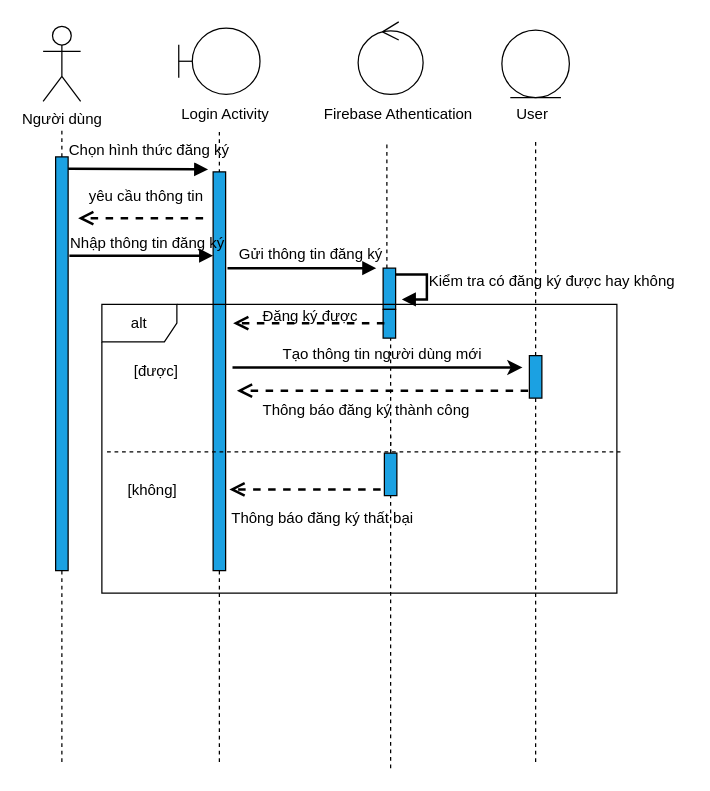
Earlier version of the draw.io diagram luận văn tốt nghiệp/cuonbaocao/cac so do/Thanhphanxuly/So do/So do tuan tu/tuantudangky.drawio (ThanhQvanVnnn/BookAppFireBase). Source tidied: cells renumbered, new cells numbered last; positions are measured from the earlier drawing's top-left corner, leaving out a move shared by most shapes. Both pictures are drawn from the tidied source at 125%, with x=0, y=0 at pixel (42, 21).
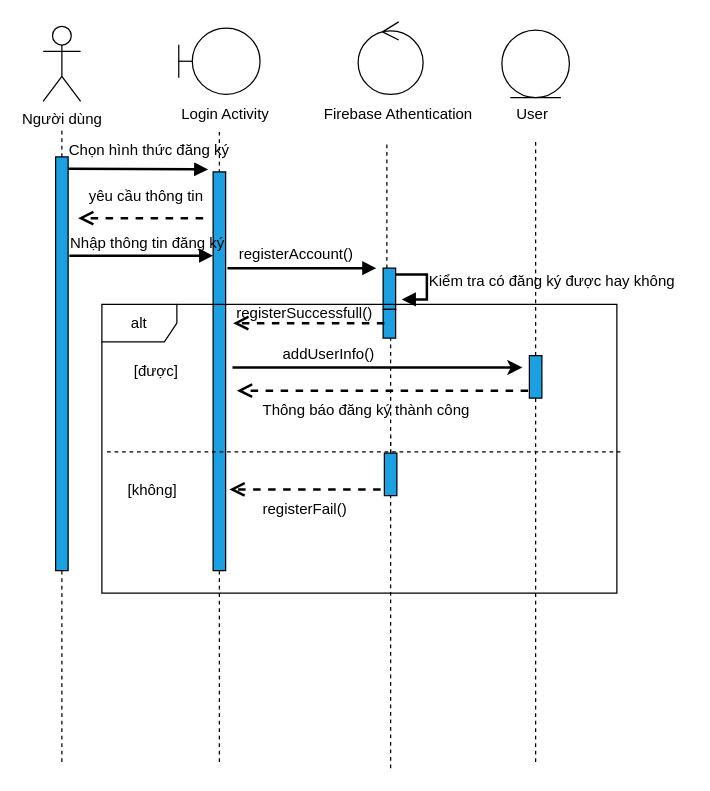
The same diagram, later.

Change to the diagram source:
```diff
@@
-    <mxCell id="12" value="Gửi thông tin đăng ký" style="text;html=1;align=left;verticalAlign=top;spacingTop=-4;" parent="1" vertex="1">
-      <mxGeometry x="155" y="176" width="130" height="20" as="geometry" />
+    <mxCell id="12" value="registerAccount()" style="text;html=1;align=left;verticalAlign=top;spacingTop=-4;" parent="1" vertex="1">
+      <mxGeometry x="155" y="176" width="101" height="14" as="geometry" />
     </mxCell>
@@
-    <mxCell id="33" value="Thông báo đăng ký thất bại" style="text;html=1;align=left;verticalAlign=top;spacingTop=-4;" parent="1" vertex="1">
-      <mxGeometry x="149" y="387" width="160" height="20" as="geometry" />
+    <mxCell id="33" value="registerFail()" style="text;html=1;align=left;verticalAlign=top;spacingTop=-4;" parent="1" vertex="1">
+      <mxGeometry x="173.5" y="380" width="77" height="14" as="geometry" />
     </mxCell>
@@
-    <mxCell id="42" value="Đăng ký được&lt;br&gt;" style="text;html=1;align=left;verticalAlign=top;spacingTop=-4;" parent="1" vertex="1">
-      <mxGeometry x="173.5" y="226" width="86" height="14" as="geometry" />
+    <mxCell id="42" value="registerSuccessfull()" style="text;html=1;align=left;verticalAlign=top;spacingTop=-4;" parent="1" vertex="1">
+      <mxGeometry x="153" y="223" width="119" height="14" as="geometry" />
     </mxCell>
@@
-    <mxCell id="45" value="Tạo thông tin người dùng mới" style="text;html=1;align=left;verticalAlign=top;spacingTop=-4;" parent="1" vertex="1">
-      <mxGeometry x="189.5" y="256" width="169" height="14" as="geometry" />
+    <mxCell id="45" value="addUserInfo()" style="text;html=1;align=left;verticalAlign=top;spacingTop=-4;" parent="1" vertex="1">
+      <mxGeometry x="189.5" y="256" width="83" height="14" as="geometry" />
     </mxCell>
```
